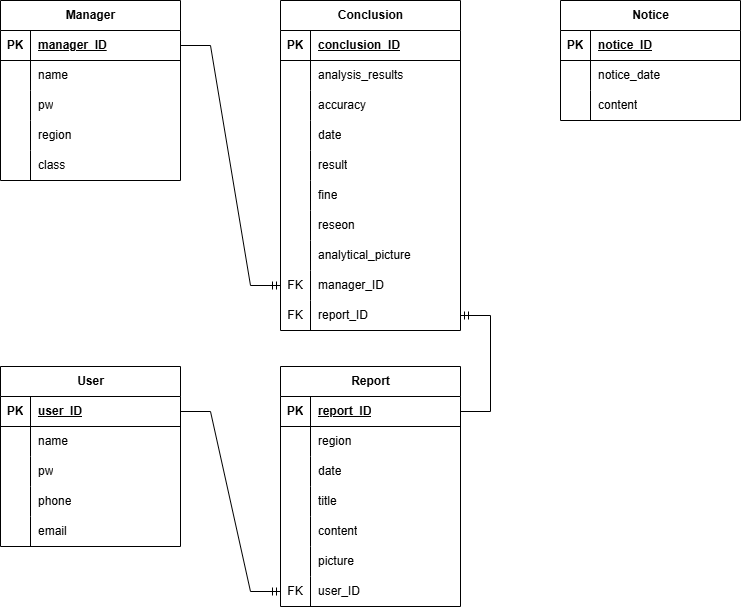
Before: Kyonggi Traffic Solution.drawio.png, a diagram exported from draw.io (ParkerQH/Kyonggi-Traffic-Solution_Web). Source tidied: cells renumbered, new cells last; positions are measured from the earlier drawing's top-left corner, leaving out a move shared by most shapes.
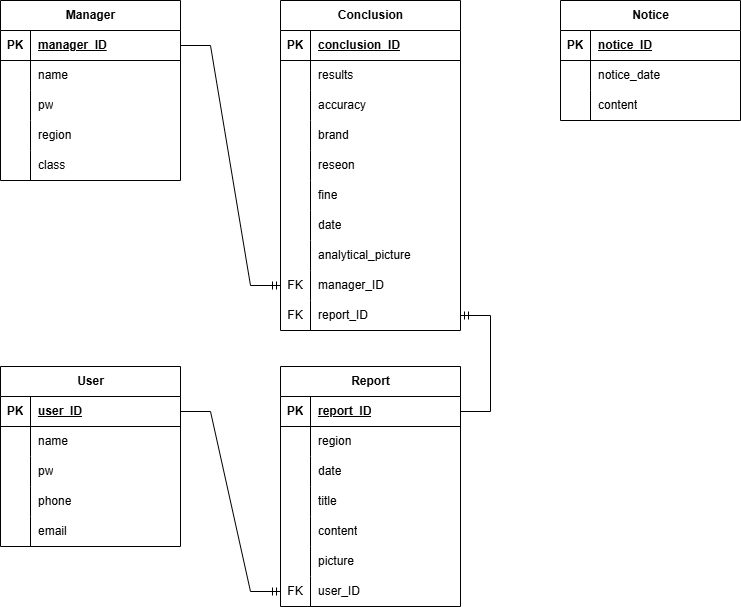
Above is the later version.

The edit, as a diff of the source:
```diff
@@ -185,7 +185,7 @@
     <mxCell id="62" style="shape=partialRectangle;fillColor=none;top=0;left=0;bottom=0;right=0;overflow=hidden;whiteSpace=wrap;html=1;" parent="61" vertex="1">
       <mxGeometry width="30" height="30" as="geometry" />
     </mxCell>
-    <mxCell id="63" value="analysis_results" style="shape=partialRectangle;fillColor=none;top=0;left=0;bottom=0;right=0;align=left;spacingLeft=6;overflow=hidden;whiteSpace=wrap;html=1;" parent="61" vertex="1">
+    <mxCell id="63" value="results" style="shape=partialRectangle;fillColor=none;top=0;left=0;bottom=0;right=0;align=left;spacingLeft=6;overflow=hidden;whiteSpace=wrap;html=1;" parent="61" vertex="1">
       <mxGeometry x="30" width="150" height="30" as="geometry" />
     </mxCell>
     <mxCell id="64" style="shape=tableRow;horizontal=0;startSize=0;swimlaneHead=0;swimlaneBody=0;fillColor=none;top=0;left=0;right=0;bottom=0;" parent="57" vertex="1">
@@ -203,7 +203,7 @@
     <mxCell id="68" style="shape=partialRectangle;fillColor=none;top=0;left=0;bottom=0;right=0;overflow=hidden;whiteSpace=wrap;html=1;" parent="67" vertex="1">
       <mxGeometry width="30" height="30" as="geometry" />
     </mxCell>
-    <mxCell id="69" value="date" style="shape=partialRectangle;fillColor=none;top=0;left=0;bottom=0;right=0;align=left;spacingLeft=6;overflow=hidden;whiteSpace=wrap;html=1;" parent="67" vertex="1">
+    <mxCell id="69" value="brand" style="shape=partialRectangle;fillColor=none;top=0;left=0;bottom=0;right=0;align=left;spacingLeft=6;overflow=hidden;whiteSpace=wrap;html=1;" parent="67" vertex="1">
       <mxGeometry x="30" width="150" height="30" as="geometry" />
     </mxCell>
     <mxCell id="70" style="shape=tableRow;horizontal=0;startSize=0;swimlaneHead=0;swimlaneBody=0;fillColor=none;top=0;left=0;right=0;bottom=0;" parent="57" vertex="1">
@@ -212,7 +212,7 @@
     <mxCell id="71" style="shape=partialRectangle;fillColor=none;top=0;left=0;bottom=0;right=0;overflow=hidden;whiteSpace=wrap;html=1;" parent="70" vertex="1">
       <mxGeometry width="30" height="30" as="geometry" />
     </mxCell>
-    <mxCell id="72" value="result" style="shape=partialRectangle;fillColor=none;top=0;left=0;bottom=0;right=0;align=left;spacingLeft=6;overflow=hidden;whiteSpace=wrap;html=1;" parent="70" vertex="1">
+    <mxCell id="72" value="reseon" style="shape=partialRectangle;fillColor=none;top=0;left=0;bottom=0;right=0;align=left;spacingLeft=6;overflow=hidden;whiteSpace=wrap;html=1;" parent="70" vertex="1">
       <mxGeometry x="30" width="150" height="30" as="geometry" />
     </mxCell>
     <mxCell id="73" style="shape=tableRow;horizontal=0;startSize=0;swimlaneHead=0;swimlaneBody=0;fillColor=none;top=0;left=0;right=0;bottom=0;" parent="57" vertex="1">
@@ -230,7 +230,7 @@
     <mxCell id="77" style="shape=partialRectangle;fillColor=none;top=0;left=0;bottom=0;right=0;overflow=hidden;whiteSpace=wrap;html=1;" parent="76" vertex="1">
       <mxGeometry width="30" height="30" as="geometry" />
     </mxCell>
-    <mxCell id="78" value="reseon" style="shape=partialRectangle;fillColor=none;top=0;left=0;bottom=0;right=0;align=left;spacingLeft=6;overflow=hidden;whiteSpace=wrap;html=1;" parent="76" vertex="1">
+    <mxCell id="78" value="date" style="shape=partialRectangle;fillColor=none;top=0;left=0;bottom=0;right=0;align=left;spacingLeft=6;overflow=hidden;whiteSpace=wrap;html=1;" parent="76" vertex="1">
       <mxGeometry x="30" width="150" height="30" as="geometry" />
     </mxCell>
     <mxCell id="79" style="shape=tableRow;horizontal=0;startSize=0;swimlaneHead=0;swimlaneBody=0;fillColor=none;top=0;left=0;right=0;bottom=0;" parent="57" vertex="1">
```
